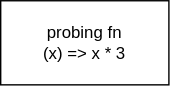
Before: База/Структуры данных/2. Быстро находить данные и проверять условия/2.3. Проверять принадлежность и уникальность/Множество (Set)/HashSet/OpenAddressing/примеры.drawio.svg, a diagram exported from draw.io (kosukhin/catalog). Source tidied: cells renumbered, new cells last; positions are measured from the earlier drawing's top-left corner, leaving out a move shared by most shapes. The source it was exported from:
```xml
<mxGraphModel>
  <root>
    <mxCell id="0" />
    <mxCell id="1" parent="0" />
    <mxCell id="2" value="probing fn&lt;div&gt;(x) =&amp;gt; x * 3&lt;/div&gt;" style="rounded=0;whiteSpace=wrap;html=1;" parent="1" vertex="1">
      <mxGeometry width="120" height="60" as="geometry" />
    </mxCell>
  </root>
</mxGraphModel>
```
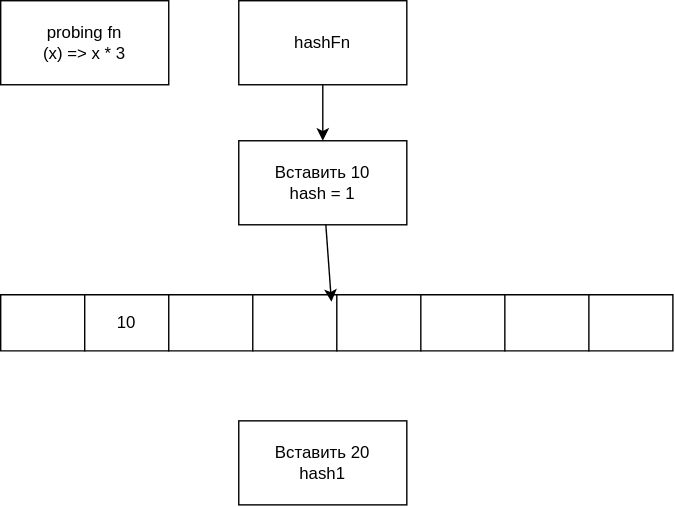
After the commit.

Diff of the diagram source:
```diff
@@ -5,5 +5,50 @@
     <mxCell id="2" value="probing fn&lt;div&gt;(x) =&amp;gt; x * 3&lt;/div&gt;" style="rounded=0;whiteSpace=wrap;html=1;" parent="1" vertex="1">
       <mxGeometry width="120" height="60" as="geometry" />
     </mxCell>
+    <mxCell id="3" style="shape=table;startSize=0;fixedHeader=1;tableRender=collapsed;" parent="1" vertex="1">
+      <mxGeometry y="210" width="480" height="40" as="geometry" />
+    </mxCell>
+    <mxCell id="4" style="shape=tableRow;horizontal=0;startSize=0;swimlaneHead=0;swimlaneBody=0;strokeColor=inherit;fillColor=none;points=[[0,0.5],[1,0.5]];portConstraint=eastwest;fixedHeader=1;" parent="3" vertex="1">
+      <mxGeometry width="480" height="40" as="geometry" />
+    </mxCell>
+    <mxCell id="5" style="shape=partialRectangle;html=1;whiteSpace=wrap;strokeColor=inherit;overflow=hidden;fillColor=none;" parent="4" vertex="1">
+      <mxGeometry width="60" height="40" as="geometry" />
+    </mxCell>
+    <mxCell id="6" value="10" style="shape=partialRectangle;html=1;whiteSpace=wrap;strokeColor=inherit;overflow=hidden;fillColor=none;" parent="4" vertex="1">
+      <mxGeometry x="60" width="60" height="40" as="geometry" />
+    </mxCell>
+    <mxCell id="7" style="shape=partialRectangle;html=1;whiteSpace=wrap;strokeColor=inherit;overflow=hidden;fillColor=none;" parent="4" vertex="1">
+      <mxGeometry x="120" width="60" height="40" as="geometry" />
+    </mxCell>
+    <mxCell id="8" style="shape=partialRectangle;html=1;whiteSpace=wrap;strokeColor=inherit;overflow=hidden;fillColor=none;" parent="4" vertex="1">
+      <mxGeometry x="180" width="60" height="40" as="geometry" />
+    </mxCell>
+    <mxCell id="9" style="shape=partialRectangle;html=1;whiteSpace=wrap;strokeColor=inherit;overflow=hidden;fillColor=none;" parent="4" vertex="1">
+      <mxGeometry x="240" width="60" height="40" as="geometry" />
+    </mxCell>
+    <mxCell id="10" style="shape=partialRectangle;html=1;whiteSpace=wrap;strokeColor=inherit;overflow=hidden;fillColor=none;" parent="4" vertex="1">
+      <mxGeometry x="300" width="60" height="40" as="geometry" />
+    </mxCell>
+    <mxCell id="11" style="shape=partialRectangle;html=1;whiteSpace=wrap;strokeColor=inherit;overflow=hidden;fillColor=none;" parent="4" vertex="1">
+      <mxGeometry x="360" width="60" height="40" as="geometry" />
+    </mxCell>
+    <mxCell id="12" style="shape=partialRectangle;html=1;whiteSpace=wrap;strokeColor=inherit;overflow=hidden;fillColor=none;" parent="4" vertex="1">
+      <mxGeometry x="420" width="60" height="40" as="geometry" />
+    </mxCell>
+    <mxCell id="13" value="Вставить 10&lt;div&gt;hash = 1&lt;/div&gt;" style="rounded=0;whiteSpace=wrap;html=1;" parent="1" vertex="1">
+      <mxGeometry x="170" y="100" width="120" height="60" as="geometry" />
+    </mxCell>
+    <mxCell id="14" value="hashFn" style="rounded=0;whiteSpace=wrap;html=1;" parent="1" vertex="1">
+      <mxGeometry x="170" width="120" height="60" as="geometry" />
+    </mxCell>
+    <mxCell id="15" style="edgeStyle=none;html=1;" parent="1" edge="1" source="14" target="13">
+      <mxGeometry relative="1" as="geometry" />
+    </mxCell>
+    <mxCell id="16" style="edgeStyle=none;html=1;entryX=0.492;entryY=0.125;entryDx=0;entryDy=0;entryPerimeter=0;" parent="1" edge="1" source="13" target="4">
+      <mxGeometry relative="1" as="geometry" />
+    </mxCell>
+    <mxCell id="17" value="Вставить 20&lt;div&gt;hash1&lt;/div&gt;" style="rounded=0;whiteSpace=wrap;html=1;" parent="1" vertex="1">
+      <mxGeometry x="170" y="300" width="120" height="60" as="geometry" />
+    </mxCell>
   </root>
 </mxGraphModel>
```
